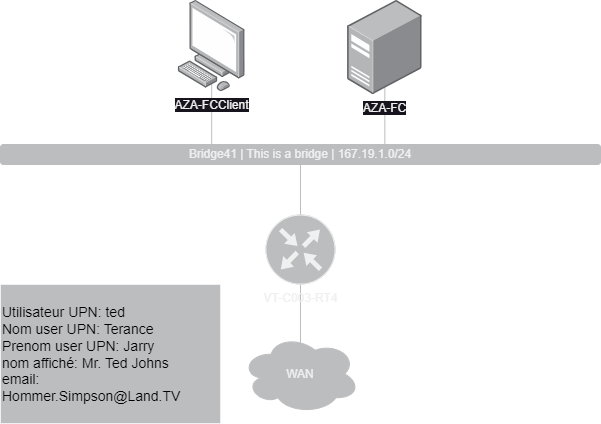
Before: imageForReadMe/aprecu2.png, a diagram exported from draw.io (Morgan-DD/GenerateShema). Source tidied: cells renumbered, new cells last; positions are measured from the earlier drawing's top-left corner, leaving out a move shared by most shapes. Its diagram source:
```xml
<mxGraphModel>
  <root>
    <mxCell id="0" />
    <mxCell id="1" parent="0" />
    <mxCell id="2" style="endArrow=none;html=1;rounded=0;strokeColor=#BBBDBF;entryX=0.5;entryY=1;entryDx=0;entryDy=0;" parent="1" edge="1">
      <mxGeometry relative="1" as="geometry">
        <mxPoint x="211.2" y="81" as="sourcePoint" />
        <mxPoint x="211.2" y="151" as="targetPoint" />
      </mxGeometry>
    </mxCell>
    <mxCell id="3" style="endArrow=none;html=1;rounded=0;strokeColor=#BBBDBF;entryX=0.5;entryY=1;entryDx=0;entryDy=0;" parent="1" edge="1">
      <mxGeometry relative="1" as="geometry">
        <mxPoint x="384.3" y="84" as="sourcePoint" />
        <mxPoint x="384.3" y="154" as="targetPoint" />
      </mxGeometry>
    </mxCell>
    <mxCell id="4" style="endArrow=none;html=1;rounded=0;strokeColor=#BBBDBF;entryX=0.5;entryY=1;entryDx=0;entryDy=0;" parent="1" edge="1">
      <mxGeometry relative="1" as="geometry">
        <mxPoint x="300" y="215" as="sourcePoint" />
        <mxPoint x="300" y="163" as="targetPoint" />
      </mxGeometry>
    </mxCell>
    <mxCell id="5" style="endArrow=none;html=1;rounded=0;strokeColor=#BBBDBF;entryX=0.5;entryY=1;entryDx=0;entryDy=0;" parent="1" edge="1">
      <mxGeometry relative="1" as="geometry">
        <mxPoint x="300" y="344" as="sourcePoint" />
        <mxPoint x="300" y="283" as="targetPoint" />
      </mxGeometry>
    </mxCell>
    <mxCell id="6" value="AZA-FCClient" style="image;html=1;align=center;shadow=0;dashed=0;image=img/lib/allied_telesis/computer_and_terminals/Personal_Computer.svg;" parent="1" vertex="1">
      <mxGeometry x="177.7" width="67" height="91" as="geometry" />
    </mxCell>
    <mxCell id="7" value="AZA-FC" style="image;html=1;align=center;shadow=0;dashed=0;image=img/lib/allied_telesis/computer_and_terminals/Server_Desktop.svg;" parent="1" vertex="1">
      <mxGeometry x="337.3" width="94" height="94" as="geometry" />
    </mxCell>
    <mxCell id="8" value="Bridge41 | This is a bridge | 167.19.1.0/24" style="rounded=1;whiteSpace=wrap;html=1;fillStyle=auto;strokeColor=#bbbdbf;fillColor=#bbbdbf;" parent="1" vertex="1">
      <mxGeometry y="144" width="600" height="20" as="geometry" />
    </mxCell>
    <mxCell id="9" value="VT-C003-RT4" style="sketch=0;verticalLabelPosition=bottom;html=1;verticalAlign=top;align=center;shape=mxgraph.cisco19.rect;prIcon=router;fillColor=#BBBDBF;" parent="1" vertex="1">
      <mxGeometry x="265" y="214" width="70" height="70" as="geometry" />
    </mxCell>
    <mxCell id="10" value="WAN" style="ellipse;shape=cloud;whiteSpace=wrap;html=1;strokeColor=#BBBDBF;fillColor=#BBBDBF;" parent="1" vertex="1">
      <mxGeometry x="241" y="334" width="118" height="79" as="geometry" />
    </mxCell>
    <mxCell id="11" value="&lt;font color=&quot;#000000&quot; style=&quot;font-size: 14px;&quot;&gt;Utilisateur UPN: ted&lt;br&gt;Nom user UPN: Terance&lt;br&gt;Prenom user UPN: Jarry&lt;br&gt;nom affiché: Mr. Ted Johns&lt;br&gt;&lt;/font&gt;&lt;div style=&quot;font-size: 14px;&quot;&gt;&lt;span style=&quot;background-color: initial;&quot;&gt;&lt;font color=&quot;#000000&quot; style=&quot;font-size: 14px;&quot;&gt;email: Hommer.Simpson@Land.TV&lt;/font&gt;&lt;/span&gt;&lt;/div&gt;" style="rounded=0;whiteSpace=wrap;html=1;fillColor=#BBBDBF;align=left;" parent="1" vertex="1">
      <mxGeometry y="284" width="220" height="139" as="geometry" />
    </mxCell>
  </root>
</mxGraphModel>
```
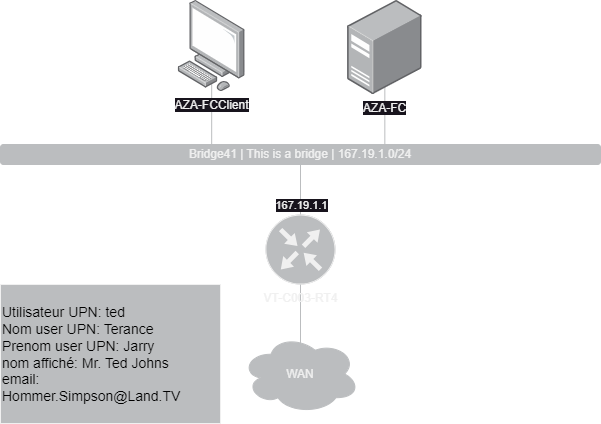
The same file after the commit.

Commit message:
modification de l'image de rendu final

What changed in the source:
```diff
@@ -20,6 +20,11 @@
         <mxPoint x="300" y="163" as="targetPoint" />
       </mxGeometry>
     </mxCell>
+    <mxCell id="12" value="167.19.1.1" style="edgeLabel;html=1;align=center;verticalAlign=middle;" parent="4" vertex="1">
+      <mxGeometry y="-3" relative="1" as="geometry">
+        <mxPoint x="-3" y="15" as="offset" />
+      </mxGeometry>
+    </mxCell>
     <mxCell id="5" style="endArrow=none;html=1;rounded=0;strokeColor=#BBBDBF;entryX=0.5;entryY=1;entryDx=0;entryDy=0;" parent="1" edge="1">
       <mxGeometry relative="1" as="geometry">
         <mxPoint x="300" y="344" as="sourcePoint" />
```
